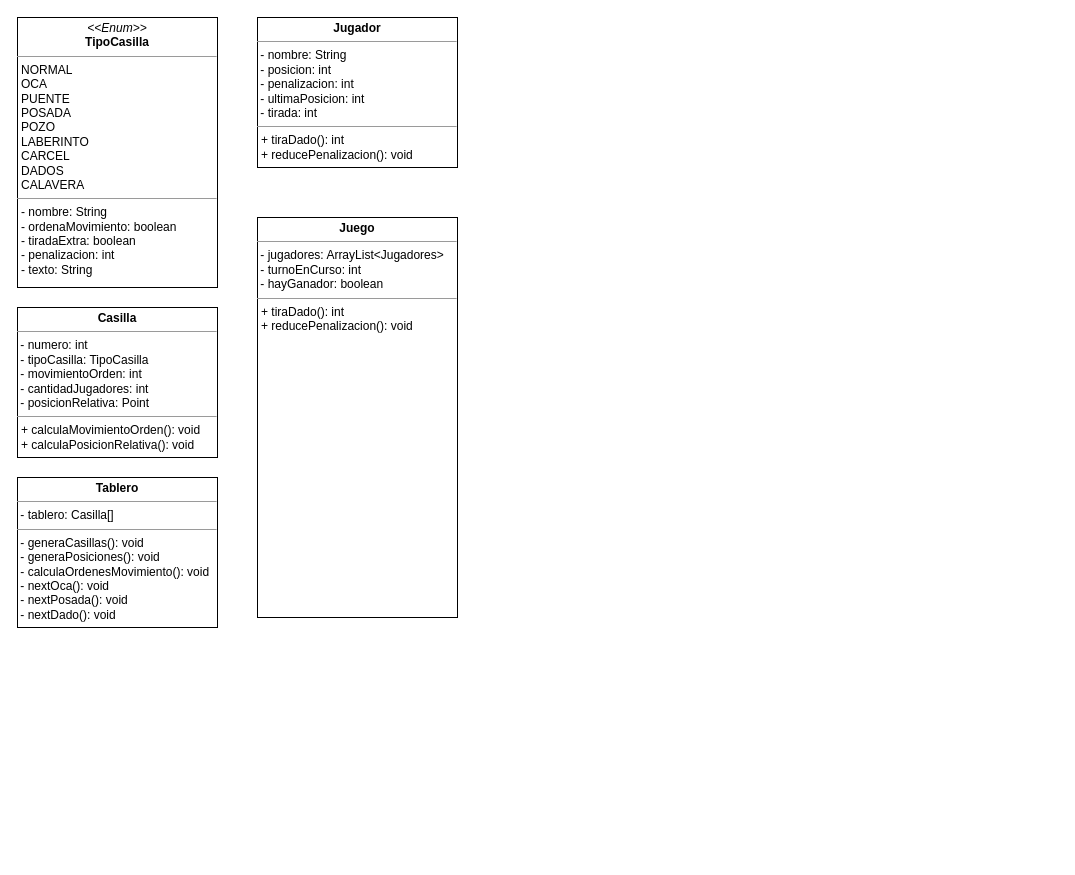
The draw.io diagram LaOcaUML.drawio in alopezp90/LaOca, before the edit. Source tidied: cells renumbered, new cells numbered last; positions are measured from the earlier drawing's top-left corner, leaving out a move shared by most shapes. Both pictures are drawn from the tidied source at 100%, with x=0, y=0 at pixel (17, 17).
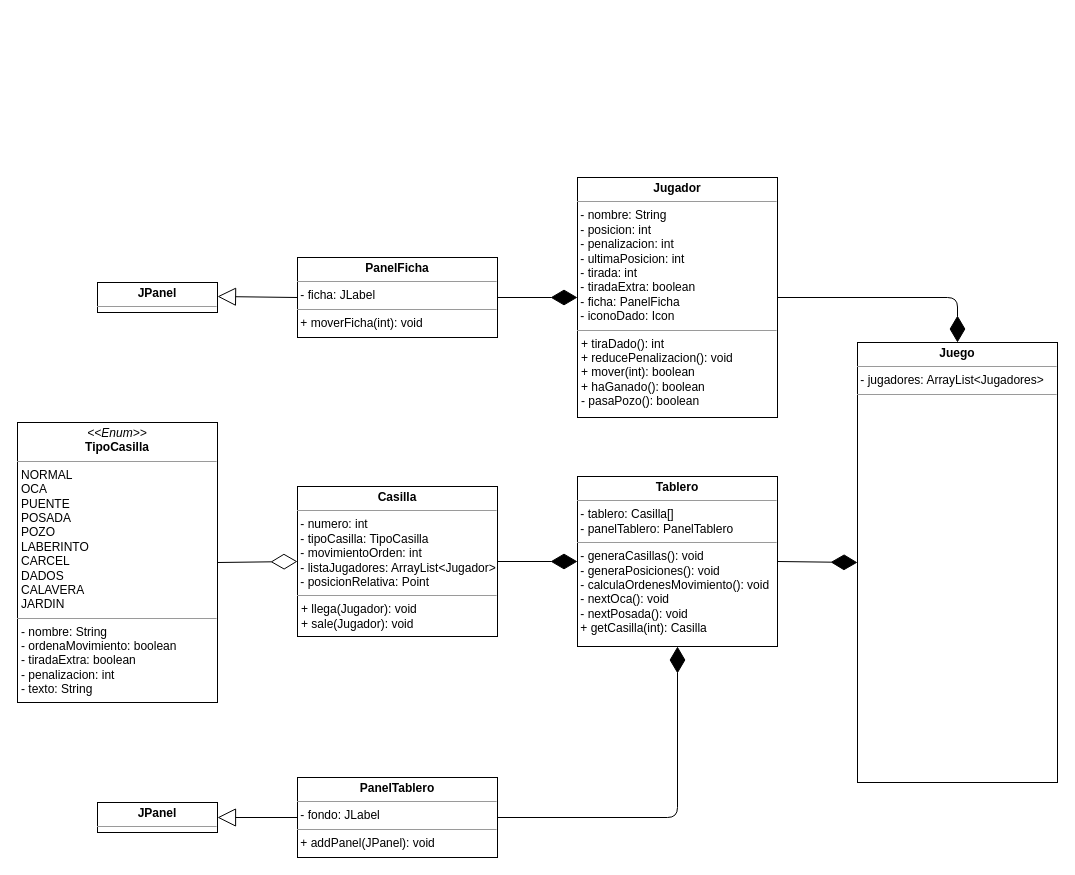
The same diagram, later.

The edit, as a diff of the source:
```diff
@@
-    <mxCell id="2" value="&lt;p style=&quot;margin: 0px ; margin-top: 4px ; text-align: center&quot;&gt;&lt;i&gt;&amp;lt;&amp;lt;Enum&amp;gt;&amp;gt;&lt;/i&gt;&lt;br&gt;&lt;b&gt;TipoCasilla&lt;/b&gt;&lt;/p&gt;&lt;hr size=&quot;1&quot;&gt;&lt;p style=&quot;margin: 0px ; margin-left: 4px&quot;&gt;NORMAL&lt;/p&gt;&lt;p style=&quot;margin: 0px ; margin-left: 4px&quot;&gt;OCA&lt;/p&gt;&lt;p style=&quot;margin: 0px ; margin-left: 4px&quot;&gt;PUENTE&lt;/p&gt;&lt;p style=&quot;margin: 0px ; margin-left: 4px&quot;&gt;POSADA&lt;/p&gt;&lt;p style=&quot;margin: 0px ; margin-left: 4px&quot;&gt;POZO&lt;/p&gt;&lt;p style=&quot;margin: 0px ; margin-left: 4px&quot;&gt;LABERINTO&lt;/p&gt;&lt;p style=&quot;margin: 0px ; margin-left: 4px&quot;&gt;CARCEL&lt;/p&gt;&lt;p style=&quot;margin: 0px ; margin-left: 4px&quot;&gt;DADOS&lt;/p&gt;&lt;p style=&quot;margin: 0px ; margin-left: 4px&quot;&gt;CALAVERA&lt;/p&gt;&lt;hr size=&quot;1&quot;&gt;&lt;p style=&quot;margin: 0px ; margin-left: 4px&quot;&gt;- nombre: String&lt;br&gt;- ordenaMovimiento: boolean&lt;/p&gt;&lt;p style=&quot;margin: 0px ; margin-left: 4px&quot;&gt;- tiradaExtra: boolean&lt;/p&gt;&lt;p style=&quot;margin: 0px ; margin-left: 4px&quot;&gt;- penalizacion: int&lt;/p&gt;&lt;p style=&quot;margin: 0px ; margin-left: 4px&quot;&gt;- texto: String&lt;br&gt;&lt;/p&gt;" style="verticalAlign=top;align=left;overflow=fill;fontSize=12;fontFamily=Helvetica;html=1;sketch=0;glass=0;direction=west;noLabel=0;portConstraintRotation=0;perimeter=rectanglePerimeter;rounded=0;" parent="1" vertex="1">
-      <mxGeometry width="200" height="270" as="geometry" />
+    <mxCell id="2" value="&lt;p style=&quot;margin: 0px ; margin-top: 4px ; text-align: center&quot;&gt;&lt;i&gt;&amp;lt;&amp;lt;Enum&amp;gt;&amp;gt;&lt;/i&gt;&lt;br&gt;&lt;b&gt;TipoCasilla&lt;/b&gt;&lt;/p&gt;&lt;hr size=&quot;1&quot;&gt;&lt;p style=&quot;margin: 0px ; margin-left: 4px&quot;&gt;NORMAL&lt;/p&gt;&lt;p style=&quot;margin: 0px ; margin-left: 4px&quot;&gt;OCA&lt;/p&gt;&lt;p style=&quot;margin: 0px ; margin-left: 4px&quot;&gt;PUENTE&lt;/p&gt;&lt;p style=&quot;margin: 0px ; margin-left: 4px&quot;&gt;POSADA&lt;/p&gt;&lt;p style=&quot;margin: 0px ; margin-left: 4px&quot;&gt;POZO&lt;/p&gt;&lt;p style=&quot;margin: 0px ; margin-left: 4px&quot;&gt;LABERINTO&lt;/p&gt;&lt;p style=&quot;margin: 0px ; margin-left: 4px&quot;&gt;CARCEL&lt;/p&gt;&lt;p style=&quot;margin: 0px ; margin-left: 4px&quot;&gt;DADOS&lt;/p&gt;&lt;p style=&quot;margin: 0px ; margin-left: 4px&quot;&gt;CALAVERA&lt;/p&gt;&lt;p style=&quot;margin: 0px ; margin-left: 4px&quot;&gt;JARDIN&lt;br&gt;&lt;/p&gt;&lt;hr size=&quot;1&quot;&gt;&lt;p style=&quot;margin: 0px ; margin-left: 4px&quot;&gt;- nombre: String&lt;br&gt;- ordenaMovimiento: boolean&lt;/p&gt;&lt;p style=&quot;margin: 0px ; margin-left: 4px&quot;&gt;- tiradaExtra: boolean&lt;/p&gt;&lt;p style=&quot;margin: 0px ; margin-left: 4px&quot;&gt;- penalizacion: int&lt;/p&gt;&lt;p style=&quot;margin: 0px ; margin-left: 4px&quot;&gt;- texto: String&lt;br&gt;&lt;/p&gt;" style="verticalAlign=top;align=left;overflow=fill;fontSize=12;fontFamily=Helvetica;html=1;sketch=0;glass=0;direction=west;noLabel=0;portConstraintRotation=0;perimeter=rectanglePerimeter;rounded=0;" parent="1" vertex="1">
+      <mxGeometry y="405" width="200" height="280" as="geometry" />
     </mxCell>
-    <mxCell id="3" value="&lt;p style=&quot;margin: 0px ; margin-top: 4px ; text-align: center&quot;&gt;&lt;b&gt;Casilla&lt;/b&gt;&lt;/p&gt;&lt;hr size=&quot;1&quot;&gt;&lt;div&gt;&amp;nbsp;- numero: int&lt;/div&gt;&lt;div&gt;&amp;nbsp;- tipoCasilla: TipoCasilla&lt;/div&gt;&lt;div&gt;&amp;nbsp;- movimientoOrden: int&lt;br&gt;&lt;/div&gt;&lt;div&gt;&lt;div&gt;&amp;nbsp;- cantidadJugadores: int&lt;br&gt;&lt;/div&gt;&amp;nbsp;- posicionRelativa: Point&lt;/div&gt;&lt;hr size=&quot;1&quot;&gt;&lt;p style=&quot;margin: 0px ; margin-left: 4px&quot;&gt;+ calculaMovimientoOrden(): void&lt;/p&gt;&lt;p style=&quot;margin: 0px ; margin-left: 4px&quot;&gt;+ calculaPosicionRelativa(): void&lt;br&gt;&lt;/p&gt;" style="verticalAlign=top;align=left;overflow=fill;fontSize=12;fontFamily=Helvetica;html=1;rounded=0;glass=0;sketch=0;" parent="1" vertex="1">
-      <mxGeometry y="290" width="200" height="150" as="geometry" />
+    <mxCell id="3" value="&lt;p style=&quot;margin: 0px ; margin-top: 4px ; text-align: center&quot;&gt;&lt;b&gt;Casilla&lt;/b&gt;&lt;/p&gt;&lt;hr size=&quot;1&quot;&gt;&lt;div&gt;&amp;nbsp;- numero: int&lt;/div&gt;&lt;div&gt;&amp;nbsp;- tipoCasilla: TipoCasilla&lt;/div&gt;&lt;div&gt;&amp;nbsp;- movimientoOrden: int&lt;br&gt;&lt;/div&gt;&lt;div&gt;&lt;div&gt;&amp;nbsp;- listaJugadores: ArrayList&amp;lt;Jugador&amp;gt;&lt;br&gt;&lt;/div&gt;&amp;nbsp;- posicionRelativa: Point&lt;/div&gt;&lt;hr size=&quot;1&quot;&gt;&lt;p style=&quot;margin: 0px ; margin-left: 4px&quot;&gt;+ llega(Jugador): void&lt;/p&gt;&lt;p style=&quot;margin: 0px ; margin-left: 4px&quot;&gt;+ sale(Jugador): void&lt;br&gt;&lt;/p&gt;" style="verticalAlign=top;align=left;overflow=fill;fontSize=12;fontFamily=Helvetica;html=1;rounded=0;glass=0;sketch=0;" parent="1" vertex="1">
+      <mxGeometry x="280" y="469" width="200" height="150" as="geometry" />
     </mxCell>
-    <mxCell id="4" value="&lt;p style=&quot;margin: 0px ; margin-top: 4px ; text-align: center&quot;&gt;&lt;b&gt;Jugador&lt;/b&gt;&lt;/p&gt;&lt;hr size=&quot;1&quot;&gt;&lt;div&gt;&amp;nbsp;- nombre: String&lt;br&gt;&lt;/div&gt;&lt;div&gt;&amp;nbsp;- posicion: int&lt;br&gt;&lt;/div&gt;&lt;div&gt;&amp;nbsp;- penalizacion: int&lt;br&gt;&lt;/div&gt;&lt;div&gt;&lt;div&gt;&amp;nbsp;- ultimaPosicion: int&lt;br&gt;&lt;/div&gt;&amp;nbsp;- tirada: int&lt;br&gt;&lt;/div&gt;&lt;hr size=&quot;1&quot;&gt;&lt;p style=&quot;margin: 0px ; margin-left: 4px&quot;&gt;+ tiraDado(): int&lt;/p&gt;&lt;p style=&quot;margin: 0px ; margin-left: 4px&quot;&gt;+ reducePenalizacion(): void&lt;br&gt;&lt;/p&gt;" style="verticalAlign=top;align=left;overflow=fill;fontSize=12;fontFamily=Helvetica;html=1;rounded=0;glass=0;sketch=0;" parent="1" vertex="1">
-      <mxGeometry x="240" width="200" height="150" as="geometry" />
+    <mxCell id="4" value="&lt;p style=&quot;margin: 0px ; margin-top: 4px ; text-align: center&quot;&gt;&lt;b&gt;Jugador&lt;/b&gt;&lt;/p&gt;&lt;hr size=&quot;1&quot;&gt;&lt;div&gt;&amp;nbsp;- nombre: String&lt;br&gt;&lt;/div&gt;&lt;div&gt;&amp;nbsp;- posicion: int&lt;br&gt;&lt;/div&gt;&lt;div&gt;&amp;nbsp;- penalizacion: int&lt;br&gt;&lt;/div&gt;&lt;div&gt;&lt;div&gt;&amp;nbsp;- ultimaPosicion: int&lt;br&gt;&lt;/div&gt;&amp;nbsp;- tirada: int&lt;/div&gt;&lt;div&gt;&amp;nbsp;- tiradaExtra: boolean&lt;br&gt;&lt;/div&gt;&lt;div&gt;&amp;nbsp;- ficha: PanelFicha&lt;/div&gt;&lt;div&gt;&amp;nbsp;- iconoDado: Icon&lt;/div&gt;&lt;hr size=&quot;1&quot;&gt;&lt;p style=&quot;margin: 0px ; margin-left: 4px&quot;&gt;+ tiraDado(): int&lt;/p&gt;&lt;p style=&quot;margin: 0px ; margin-left: 4px&quot;&gt;+ reducePenalizacion(): void&lt;/p&gt;&lt;p style=&quot;margin: 0px ; margin-left: 4px&quot;&gt;+ mover(int): boolean&lt;/p&gt;&lt;p style=&quot;margin: 0px ; margin-left: 4px&quot;&gt;+ haGanado(): boolean&lt;/p&gt;&lt;p style=&quot;margin: 0px ; margin-left: 4px&quot;&gt;- pasaPozo(): boolean&lt;br&gt;&lt;/p&gt;" style="verticalAlign=top;align=left;overflow=fill;fontSize=12;fontFamily=Helvetica;html=1;rounded=0;glass=0;sketch=0;" parent="1" vertex="1">
+      <mxGeometry x="560" y="160" width="200" height="240" as="geometry" />
     </mxCell>
-    <mxCell id="5" value="&lt;p style=&quot;margin: 0px ; margin-top: 4px ; text-align: center&quot;&gt;&lt;b&gt;Tablero&lt;/b&gt;&lt;/p&gt;&lt;hr size=&quot;1&quot;&gt;&lt;div&gt;&amp;nbsp;- tablero: Casilla[]&lt;br&gt;&lt;/div&gt;&lt;hr size=&quot;1&quot;&gt;&lt;div&gt;&amp;nbsp;- generaCasillas(): void&lt;/div&gt;&lt;div&gt;&amp;nbsp;- generaPosiciones(): void&lt;br&gt;&lt;/div&gt;&lt;div&gt;&amp;nbsp;- calculaOrdenesMovimiento(): void&lt;/div&gt;&lt;div&gt;&amp;nbsp;- nextOca(): void&lt;/div&gt;&lt;div&gt;&amp;nbsp;- nextPosada(): void&lt;/div&gt;&lt;div&gt;&amp;nbsp;- nextDado(): void&lt;br&gt;&lt;/div&gt;" style="verticalAlign=top;align=left;overflow=fill;fontSize=12;fontFamily=Helvetica;html=1;rounded=0;glass=0;sketch=0;" parent="1" vertex="1">
-      <mxGeometry y="460" width="200" height="150" as="geometry" />
+    <mxCell id="5" value="&lt;p style=&quot;margin: 0px ; margin-top: 4px ; text-align: center&quot;&gt;&lt;b&gt;Tablero&lt;/b&gt;&lt;/p&gt;&lt;hr size=&quot;1&quot;&gt;&lt;div&gt;&amp;nbsp;- tablero: Casilla[]&lt;/div&gt;&lt;div&gt;&amp;nbsp;- panelTablero: PanelTablero&lt;br&gt;&lt;/div&gt;&lt;hr size=&quot;1&quot;&gt;&lt;div&gt;&amp;nbsp;- generaCasillas(): void&lt;/div&gt;&lt;div&gt;&amp;nbsp;- generaPosiciones(): void&lt;br&gt;&lt;/div&gt;&lt;div&gt;&amp;nbsp;- calculaOrdenesMovimiento(): void&lt;/div&gt;&lt;div&gt;&amp;nbsp;- nextOca(): void&lt;/div&gt;&lt;div&gt;&amp;nbsp;- nextPosada(): void&lt;/div&gt;&lt;div&gt;&amp;nbsp;+ getCasilla(int): Casilla&lt;br&gt;&lt;/div&gt;&lt;div&gt;&lt;br&gt;&lt;/div&gt;" style="verticalAlign=top;align=left;overflow=fill;fontSize=12;fontFamily=Helvetica;html=1;rounded=0;glass=0;sketch=0;" parent="1" vertex="1">
+      <mxGeometry x="560" y="459" width="200" height="170" as="geometry" />
     </mxCell>
-    <mxCell id="6" value="&lt;p style=&quot;margin: 0px ; margin-top: 4px ; text-align: center&quot;&gt;&lt;b&gt;Juego&lt;/b&gt;&lt;/p&gt;&lt;hr size=&quot;1&quot;&gt;&lt;div&gt;&amp;nbsp;- jugadores: ArrayList&amp;lt;Jugadores&amp;gt;&lt;br&gt;&lt;/div&gt;&lt;div&gt;&amp;nbsp;- turnoEnCurso: int&lt;br&gt;&lt;/div&gt;&lt;div&gt;&amp;nbsp;- hayGanador: boolean&lt;br&gt;&lt;/div&gt;&lt;hr size=&quot;1&quot;&gt;&lt;p style=&quot;margin: 0px ; margin-left: 4px&quot;&gt;+ tiraDado(): int&lt;/p&gt;&lt;p style=&quot;margin: 0px ; margin-left: 4px&quot;&gt;+ reducePenalizacion(): void&lt;br&gt;&lt;/p&gt;" style="verticalAlign=top;align=left;overflow=fill;fontSize=12;fontFamily=Helvetica;html=1;rounded=0;glass=0;sketch=0;" parent="1" vertex="1">
-      <mxGeometry x="240" y="200" width="200" height="400" as="geometry" />
+    <mxCell id="6" value="&lt;p style=&quot;margin: 0px ; margin-top: 4px ; text-align: center&quot;&gt;&lt;b&gt;Juego&lt;/b&gt;&lt;/p&gt;&lt;hr size=&quot;1&quot;&gt;&lt;div&gt;&amp;nbsp;- jugadores: ArrayList&amp;lt;Jugadores&amp;gt;&lt;br&gt;&lt;/div&gt;&lt;hr size=&quot;1&quot;&gt;" style="verticalAlign=top;align=left;overflow=fill;fontSize=12;fontFamily=Helvetica;html=1;rounded=0;glass=0;sketch=0;" parent="1" vertex="1">
+      <mxGeometry x="840" y="325" width="200" height="440" as="geometry" />
     </mxCell>
+    <mxCell id="7" style="edgeStyle=orthogonalEdgeStyle;rounded=0;orthogonalLoop=1;jettySize=auto;html=1;exitX=0.5;exitY=1;exitDx=0;exitDy=0;" parent="1" edge="1" source="4" target="4">
+      <mxGeometry relative="1" as="geometry" />
+    </mxCell>
+    <mxCell id="8" value="&lt;p style=&quot;margin: 0px ; margin-top: 4px ; text-align: center&quot;&gt;&lt;b&gt;PanelFicha&lt;/b&gt;&lt;/p&gt;&lt;hr size=&quot;1&quot;&gt;&lt;div&gt;&amp;nbsp;- ficha: JLabel&lt;br&gt;&lt;/div&gt;&lt;hr size=&quot;1&quot;&gt;&lt;div&gt;&amp;nbsp;+ moverFicha(int): void&lt;/div&gt;" style="verticalAlign=top;align=left;overflow=fill;fontSize=12;fontFamily=Helvetica;html=1;rounded=0;glass=0;sketch=0;" parent="1" vertex="1">
+      <mxGeometry x="280" y="240" width="200" height="80" as="geometry" />
+    </mxCell>
+    <mxCell id="9" value="&lt;p style=&quot;margin: 0px ; margin-top: 4px ; text-align: center&quot;&gt;&lt;b&gt;JPanel&lt;/b&gt;&lt;/p&gt;&lt;hr size=&quot;1&quot;&gt;&lt;div style=&quot;height: 2px&quot;&gt;&lt;/div&gt;" style="verticalAlign=top;align=left;overflow=fill;fontSize=12;fontFamily=Helvetica;html=1;" parent="1" vertex="1">
+      <mxGeometry x="80" y="265" width="120" height="30" as="geometry" />
+    </mxCell>
+    <mxCell id="10" value="&lt;p style=&quot;margin: 0px ; margin-top: 4px ; text-align: center&quot;&gt;&lt;b&gt;PanelTablero&lt;/b&gt;&lt;/p&gt;&lt;hr size=&quot;1&quot;&gt;&lt;div&gt;&amp;nbsp;- fondo: JLabel&lt;br&gt;&lt;/div&gt;&lt;hr size=&quot;1&quot;&gt;&lt;div&gt;&amp;nbsp;+ addPanel(JPanel): void&lt;/div&gt;" style="verticalAlign=top;align=left;overflow=fill;fontSize=12;fontFamily=Helvetica;html=1;rounded=0;glass=0;sketch=0;" parent="1" vertex="1">
+      <mxGeometry x="280" y="760" width="200" height="80" as="geometry" />
+    </mxCell>
+    <mxCell id="11" style="endArrow=block;endSize=16;endFill=0;html=1;exitX=0;exitY=0.5;exitDx=0;exitDy=0;" parent="1" edge="1" source="13">
+      <mxGeometry x="0.17" y="-30" relative="1" as="geometry">
+        <mxPoint x="160" y="800" as="targetPoint" />
+      </mxGeometry>
+    </mxCell>
+    <mxCell id="12" style="endArrow=block;endSize=16;endFill=0;html=1;exitX=0;exitY=0.5;exitDx=0;exitDy=0;" parent="1" edge="1" source="8">
+      <mxGeometry x="0.17" y="-30" relative="1" as="geometry">
+        <mxPoint x="200" y="279" as="targetPoint" />
+      </mxGeometry>
+    </mxCell>
+    <mxCell id="13" value="&lt;p style=&quot;margin: 0px ; margin-top: 4px ; text-align: center&quot;&gt;&lt;b&gt;JPanel&lt;/b&gt;&lt;/p&gt;&lt;hr size=&quot;1&quot;&gt;&lt;div style=&quot;height: 2px&quot;&gt;&lt;/div&gt;" style="verticalAlign=top;align=left;overflow=fill;fontSize=12;fontFamily=Helvetica;html=1;" parent="1" vertex="1">
+      <mxGeometry x="80" y="785" width="120" height="30" as="geometry" />
+    </mxCell>
+    <mxCell id="14" style="endArrow=block;endSize=16;endFill=0;html=1;exitX=0;exitY=0.5;exitDx=0;exitDy=0;" parent="1" edge="1" source="10" target="13">
+      <mxGeometry x="0.17" y="-30" relative="1" as="geometry" />
+    </mxCell>
+    <mxCell id="15" style="endArrow=diamondThin;endFill=0;endSize=24;html=1;exitX=0;exitY=0.5;exitDx=0;exitDy=0;entryX=0;entryY=0.5;entryDx=0;entryDy=0;" parent="1" edge="1" source="2" target="3">
+      <mxGeometry relative="1" as="geometry" />
+    </mxCell>
+    <mxCell id="16" style="endArrow=diamondThin;endFill=1;endSize=24;html=1;exitX=1;exitY=0.5;exitDx=0;exitDy=0;entryX=0;entryY=0.5;entryDx=0;entryDy=0;" parent="1" edge="1" source="3" target="5">
+      <mxGeometry relative="1" as="geometry" />
+    </mxCell>
+    <mxCell id="17" style="endArrow=diamondThin;endFill=1;endSize=24;html=1;exitX=1;exitY=0.5;exitDx=0;exitDy=0;entryX=0;entryY=0.5;entryDx=0;entryDy=0;" parent="1" edge="1" source="8" target="4">
+      <mxGeometry relative="1" as="geometry" />
+    </mxCell>
+    <mxCell id="18" style="endArrow=diamondThin;endFill=1;endSize=24;html=1;exitX=1;exitY=0.5;exitDx=0;exitDy=0;entryX=0.5;entryY=0;entryDx=0;entryDy=0;" parent="1" edge="1" source="4" target="6">
+      <mxGeometry relative="1" as="geometry">
+        <Array as="points">
+          <mxPoint x="940" y="280" />
+        </Array>
+      </mxGeometry>
+    </mxCell>
+    <mxCell id="19" style="endArrow=diamondThin;endFill=1;endSize=24;html=1;exitX=1;exitY=0.5;exitDx=0;exitDy=0;entryX=0.5;entryY=1;entryDx=0;entryDy=0;" parent="1" edge="1" source="10" target="5">
+      <mxGeometry relative="1" as="geometry">
+        <Array as="points">
+          <mxPoint x="660" y="800" />
+        </Array>
+      </mxGeometry>
+    </mxCell>
+    <mxCell id="20" style="endArrow=diamondThin;endFill=1;endSize=24;html=1;exitX=1;exitY=0.5;exitDx=0;exitDy=0;entryX=0;entryY=0.5;entryDx=0;entryDy=0;" parent="1" edge="1" source="5" target="6">
+      <mxGeometry relative="1" as="geometry" />
+    </mxCell>
```
